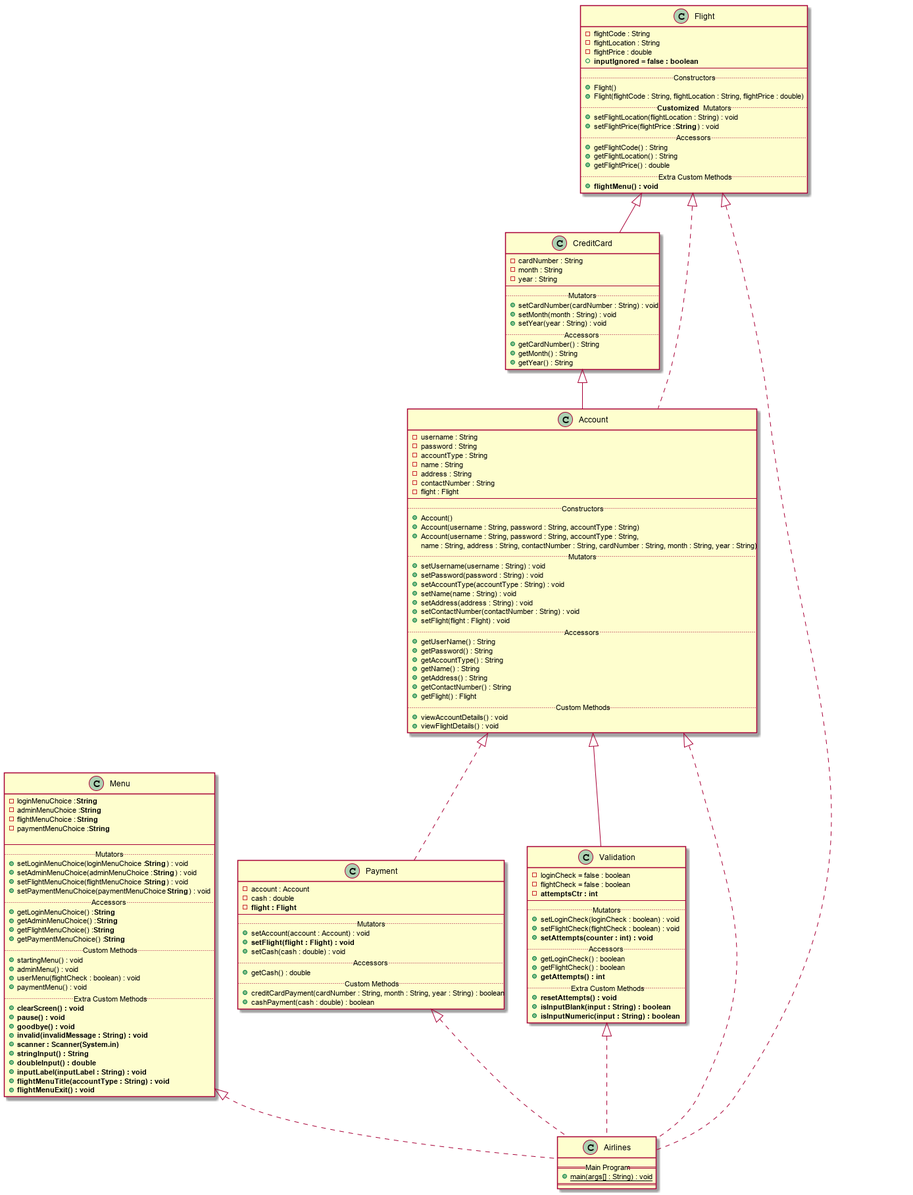
Above: out/Java Projects/Grade 11/DeGuzmanIAN-Llantos_JavaAirlines/Descriptions-Diagrams/ClassDiagrams/ClassDiagrams.png in metaeatscake/schoolfiles (PlantUML), before the change.
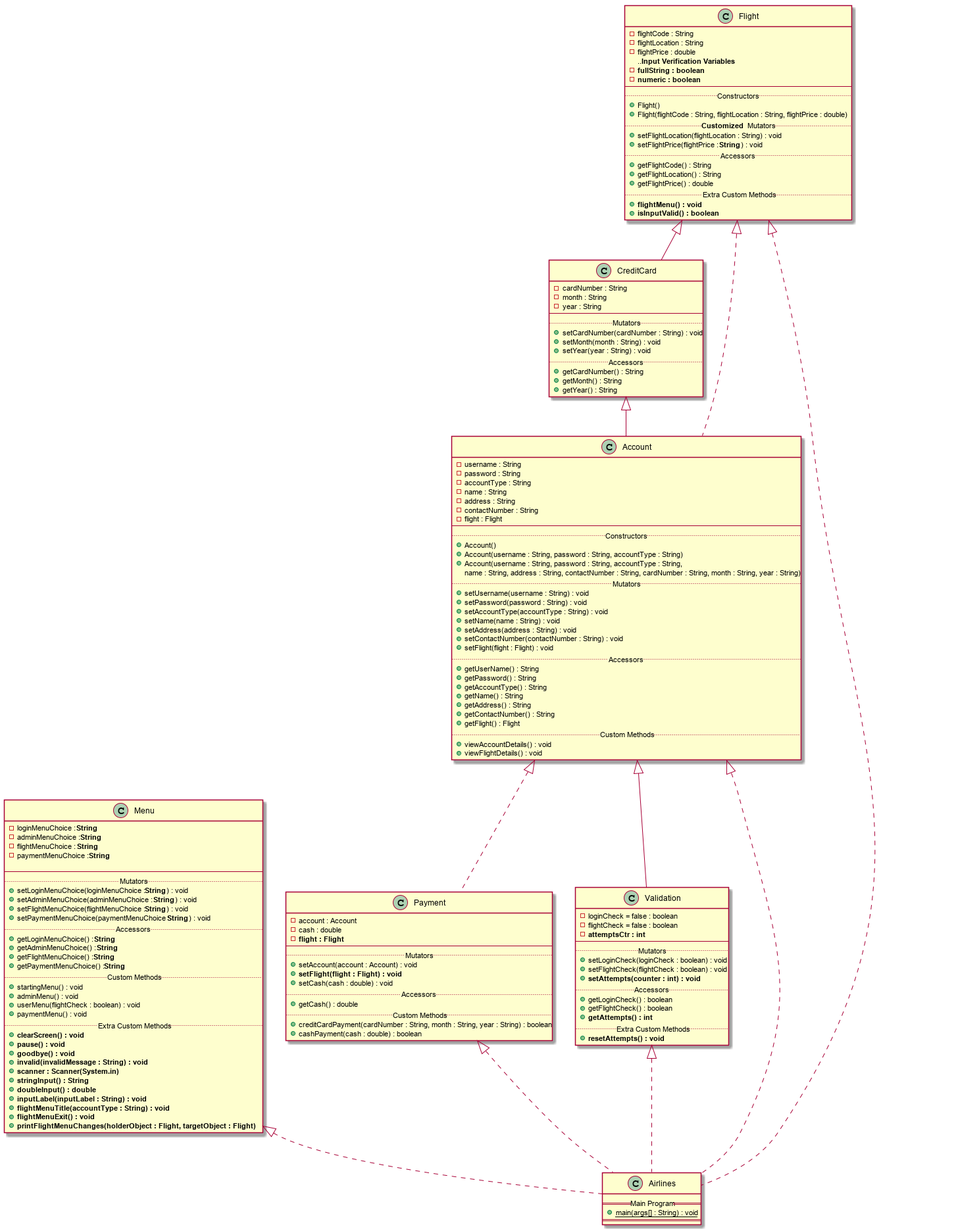
After the change.

What changed in the source:
```diff
@@ -33,6 +33,7 @@
     +**inputLabel(inputLabel : String) : void**
     +**flightMenuTitle(accountType : String) : void**
     +**flightMenuExit() : void**
+    +**printFlightMenuChanges(holderObject : Flight, targetObject : Flight)**
 }
 
 class Payment
@@ -57,7 +58,9 @@
     -flightCode : String
     -flightLocation : String
     -flightPrice : double
-    +**inputIgnored = false : boolean**
+    ..**Input Verification Variables**
+    -**fullString : boolean**
+    -**numeric : boolean**
     --
     ..Constructors..
     +Flight()
@@ -71,6 +74,7 @@
     +getFlightPrice() : double
     ..Extra Custom Methods..
     +**flightMenu() : void**
+    +**isInputValid() : boolean**
 }
 
 class CreditCard
@@ -141,8 +145,6 @@
     +**getAttempts() : int**
     ..Extra Custom Methods..
     +**resetAttempts() : void**
-    +**isInputBlank(input : String) : boolean**
-    +**isInputNumeric(input : String) : boolean**
 }
 
 class Airlines
```
